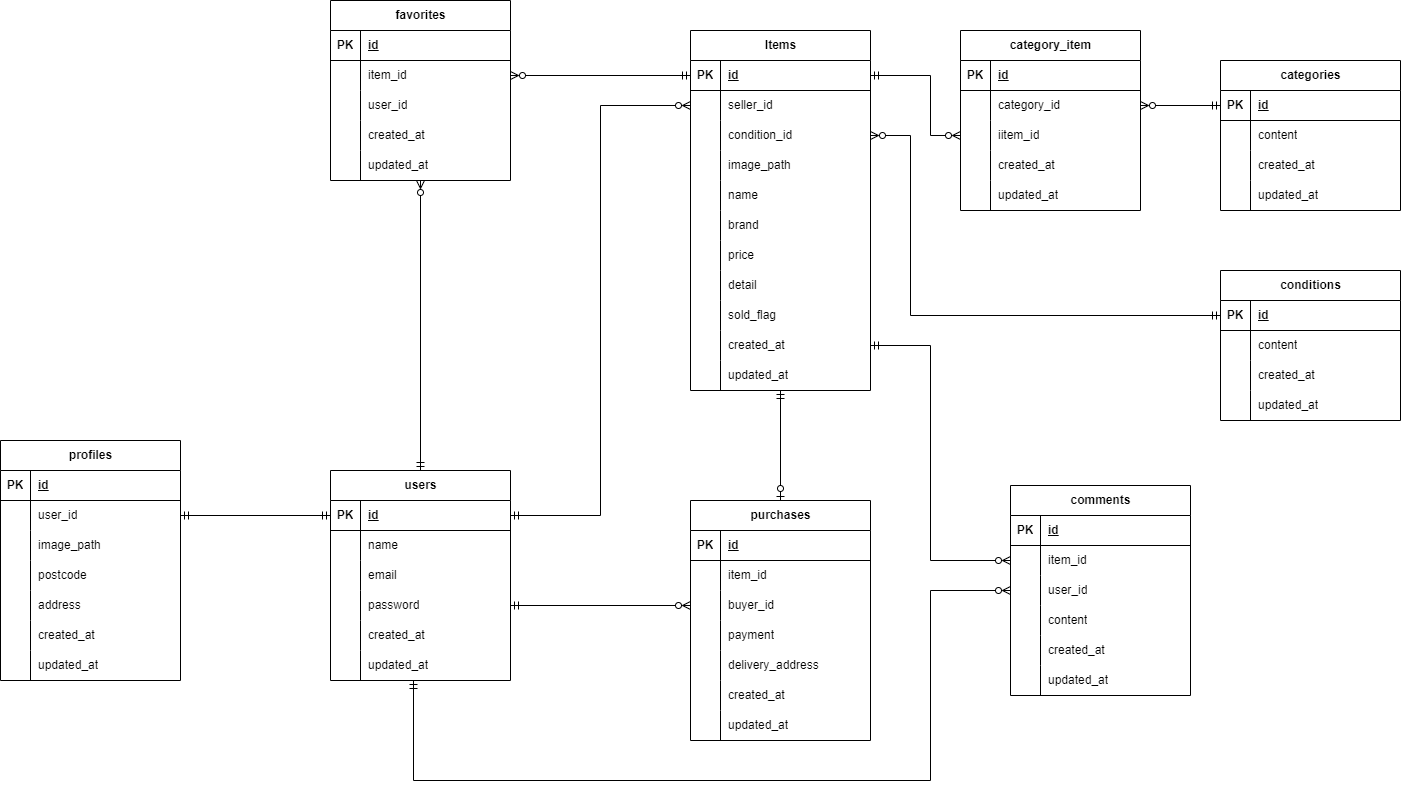
This is src/er-diagram.drawio.png from Roba-97/ObanaRyota-mockcase1-furima-app, a draw.io export, as it was before one commit. Source tidied: cells renumbered, new cells last; positions are measured from the earlier drawing's top-left corner, leaving out a move shared by most shapes.
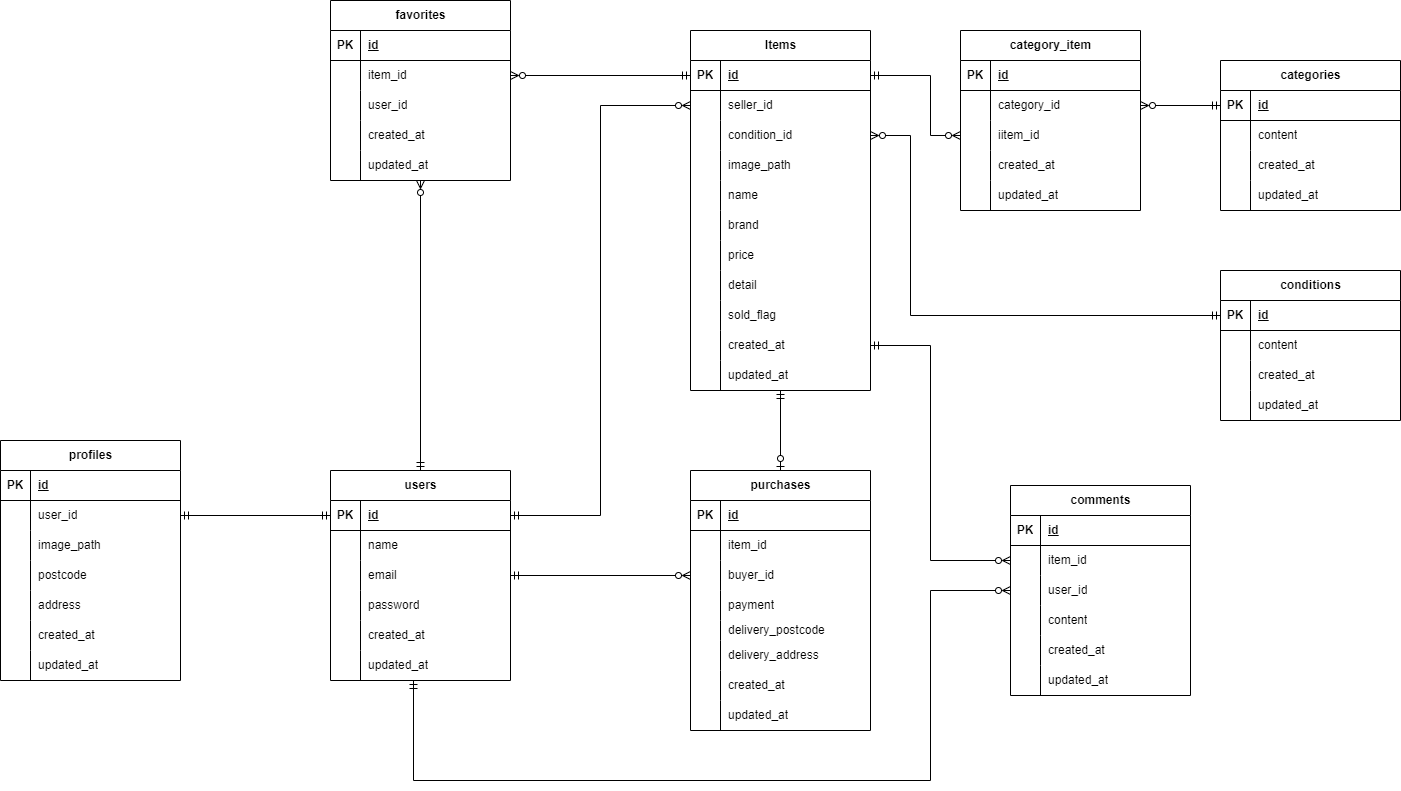
The same diagram one commit later.

The edit, as a diff of the source:
```diff
@@ -417,7 +417,7 @@
       <mxGeometry relative="1" as="geometry" />
     </mxCell>
     <mxCell id="140" value="purchases" style="shape=table;startSize=30;rowLines=0;fontStyle=1;align=center;html=1;" parent="1" vertex="1">
-      <mxGeometry x="690" y="500" width="180" height="240" as="geometry" />
+      <mxGeometry x="690" y="470" width="180" height="260" as="geometry" />
     </mxCell>
     <mxCell id="141" style="shape=tableRow;horizontal=0;startSize=0;swimlaneHead=0;swimlaneBody=0;fillColor=none;top=0;left=0;right=0;bottom=1;" parent="140" vertex="1">
       <mxGeometry y="30" width="180" height="30" as="geometry" />
@@ -456,32 +456,41 @@
       <mxGeometry x="30" width="150" height="30" as="geometry" />
     </mxCell>
     <mxCell id="153" style="shape=tableRow;horizontal=0;startSize=0;swimlaneHead=0;swimlaneBody=0;fillColor=none;top=0;left=0;right=0;bottom=0;" parent="140" vertex="1">
-      <mxGeometry y="150" width="180" height="30" as="geometry" />
+      <mxGeometry y="150" width="180" height="20" as="geometry" />
     </mxCell>
     <mxCell id="154" style="shape=partialRectangle;fillColor=none;top=0;left=0;bottom=0;right=0;overflow=hidden;whiteSpace=wrap;html=1;" parent="153" vertex="1">
-      <mxGeometry width="30" height="30" as="geometry" />
+      <mxGeometry width="30" height="20" as="geometry" />
     </mxCell>
-    <mxCell id="155" value="delivery_address" style="shape=partialRectangle;fillColor=none;top=0;left=0;bottom=0;right=0;align=left;spacingLeft=6;overflow=hidden;whiteSpace=wrap;html=1;" parent="153" vertex="1">
-      <mxGeometry x="30" width="150" height="30" as="geometry" />
+    <mxCell id="155" value="delivery_postcode" style="shape=partialRectangle;fillColor=none;top=0;left=0;bottom=0;right=0;align=left;spacingLeft=6;overflow=hidden;whiteSpace=wrap;html=1;" parent="153" vertex="1">
+      <mxGeometry x="30" width="150" height="20" as="geometry" />
     </mxCell>
     <mxCell id="156" style="shape=tableRow;horizontal=0;startSize=0;swimlaneHead=0;swimlaneBody=0;fillColor=none;top=0;left=0;right=0;bottom=0;" parent="140" vertex="1">
-      <mxGeometry y="180" width="180" height="30" as="geometry" />
+      <mxGeometry y="170" width="180" height="30" as="geometry" />
     </mxCell>
     <mxCell id="157" style="shape=partialRectangle;fillColor=none;top=0;left=0;bottom=0;right=0;overflow=hidden;whiteSpace=wrap;html=1;" parent="156" vertex="1">
       <mxGeometry width="30" height="30" as="geometry" />
     </mxCell>
-    <mxCell id="158" value="&lt;span style=&quot;color: rgb(0, 0, 0);&quot;&gt;created_at&lt;/span&gt;" style="shape=partialRectangle;fillColor=none;top=0;left=0;bottom=0;right=0;align=left;spacingLeft=6;overflow=hidden;whiteSpace=wrap;html=1;" parent="156" vertex="1">
+    <mxCell id="158" value="&lt;span style=&quot;color: rgb(0, 0, 0);&quot;&gt;delivery_address&lt;/span&gt;" style="shape=partialRectangle;fillColor=none;top=0;left=0;bottom=0;right=0;align=left;spacingLeft=6;overflow=hidden;whiteSpace=wrap;html=1;" parent="156" vertex="1">
       <mxGeometry x="30" width="150" height="30" as="geometry" />
     </mxCell>
     <mxCell id="159" style="shape=tableRow;horizontal=0;startSize=0;swimlaneHead=0;swimlaneBody=0;fillColor=none;top=0;left=0;right=0;bottom=0;" parent="140" vertex="1">
-      <mxGeometry y="210" width="180" height="30" as="geometry" />
+      <mxGeometry y="200" width="180" height="30" as="geometry" />
     </mxCell>
     <mxCell id="160" style="shape=partialRectangle;fillColor=none;top=0;left=0;bottom=0;right=0;overflow=hidden;whiteSpace=wrap;html=1;" parent="159" vertex="1">
       <mxGeometry width="30" height="30" as="geometry" />
     </mxCell>
-    <mxCell id="161" value="&lt;span style=&quot;color: rgb(0, 0, 0);&quot;&gt;updated_at&lt;/span&gt;" style="shape=partialRectangle;fillColor=none;top=0;left=0;bottom=0;right=0;align=left;spacingLeft=6;overflow=hidden;whiteSpace=wrap;html=1;" parent="159" vertex="1">
+    <mxCell id="161" value="&lt;span style=&quot;color: rgb(0, 0, 0);&quot;&gt;created_at&lt;/span&gt;" style="shape=partialRectangle;fillColor=none;top=0;left=0;bottom=0;right=0;align=left;spacingLeft=6;overflow=hidden;whiteSpace=wrap;html=1;" parent="159" vertex="1">
       <mxGeometry x="30" width="150" height="30" as="geometry" />
     </mxCell>
+    <mxCell id="188" style="shape=tableRow;horizontal=0;startSize=0;swimlaneHead=0;swimlaneBody=0;fillColor=none;top=0;left=0;right=0;bottom=0;" parent="140" vertex="1">
+      <mxGeometry y="230" width="180" height="30" as="geometry" />
+    </mxCell>
+    <mxCell id="189" style="shape=partialRectangle;fillColor=none;top=0;left=0;bottom=0;right=0;overflow=hidden;whiteSpace=wrap;html=1;" parent="188" vertex="1">
+      <mxGeometry width="30" height="30" as="geometry" />
+    </mxCell>
+    <mxCell id="190" value="&lt;span style=&quot;color: rgb(0, 0, 0);&quot;&gt;updated_at&lt;/span&gt;" style="shape=partialRectangle;fillColor=none;top=0;left=0;bottom=0;right=0;align=left;spacingLeft=6;overflow=hidden;whiteSpace=wrap;html=1;" parent="188" vertex="1">
+      <mxGeometry x="30" width="150" height="30" as="geometry" />
+    </mxCell>
     <mxCell id="162" style="edgeStyle=orthogonalEdgeStyle;html=1;exitX=1;exitY=0.5;exitDx=0;exitDy=0;entryX=0;entryY=0.5;entryDx=0;entryDy=0;endArrow=ERmandOne;endFill=0;startArrow=ERzeroToMany;startFill=0;rounded=0;curved=0;" parent="1" edge="1" source="51" target="108">
       <mxGeometry relative="1" as="geometry">
         <Array as="points">
@@ -493,7 +502,7 @@
     <mxCell id="163" style="edgeStyle=none;html=1;exitX=1;exitY=0.5;exitDx=0;exitDy=0;entryX=0;entryY=0.5;entryDx=0;entryDy=0;endArrow=ERmandOne;endFill=0;startArrow=ERmandOne;startFill=0;" parent="1" edge="1" source="26" target="4">
       <mxGeometry relative="1" as="geometry" />
     </mxCell>
-    <mxCell id="164" style="edgeStyle=none;html=1;exitX=0;exitY=0.5;exitDx=0;exitDy=0;endArrow=ERmandOne;endFill=0;startArrow=ERzeroToMany;startFill=0;" parent="1" edge="1" source="147" target="13">
+    <mxCell id="164" style="edgeStyle=none;html=1;exitX=0;exitY=0.5;exitDx=0;exitDy=0;endArrow=ERmandOne;endFill=0;startArrow=ERzeroToMany;startFill=0;entryX=1;entryY=0.5;entryDx=0;entryDy=0;" parent="1" edge="1" source="147" target="10">
       <mxGeometry relative="1" as="geometry" />
     </mxCell>
     <mxCell id="165" style="edgeStyle=orthogonalEdgeStyle;html=1;exitX=1;exitY=0.5;exitDx=0;exitDy=0;entryX=0;entryY=0.5;entryDx=0;entryDy=0;rounded=0;curved=0;endArrow=ERzeroToMany;endFill=0;startArrow=ERmandOne;startFill=0;" parent="1" edge="1" source="4" target="48">
```
